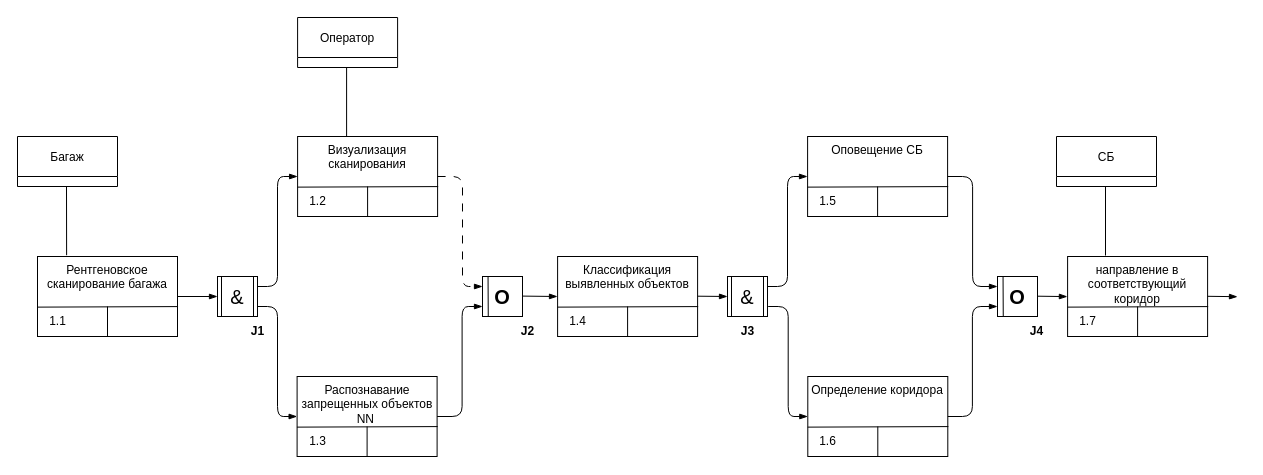
This is page "idef3 - диаграмма" (6 of 9) of Akutin-system engineering project/Диаграмма C4 система проверки багажа.drawio from RTemkin/labr0, a draw.io file, before an edit. Source tidied: cells renumbered, new cells numbered last; positions are measured from the earlier drawing's top-left corner, leaving out a move shared by most shapes. Both pictures are drawn from the tidied source at 100%, with x=0, y=0 at pixel (17, 17).
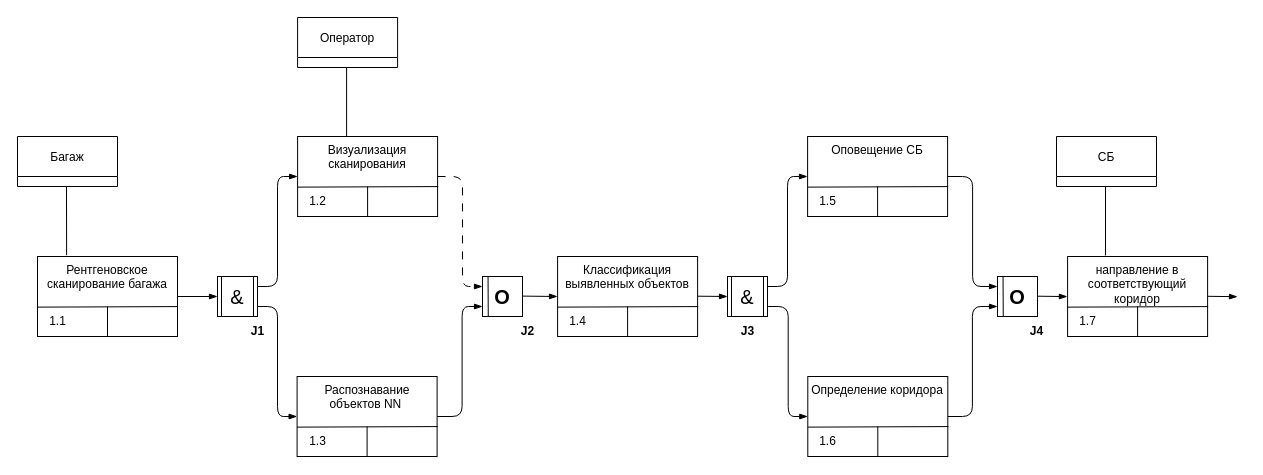
Above is the later version.

Change to the diagram source:
```diff
@@
-    <mxCell id="15" value="Распознавание запрещенных объектов NN&amp;nbsp;" style="rounded=0;whiteSpace=wrap;html=1;verticalAlign=top;" parent="1" vertex="1">
+    <mxCell id="15" value="Распознавание объектов NN&amp;nbsp;" style="rounded=0;whiteSpace=wrap;html=1;verticalAlign=top;" parent="1" vertex="1">
       <mxGeometry x="279.6" y="359" width="140" height="80" as="geometry" />
     </mxCell>
```
